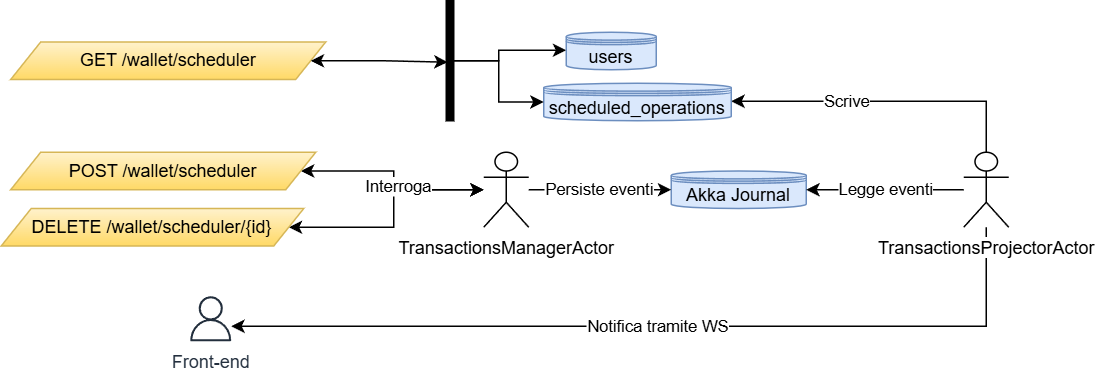
marcopaggioro/easy-pay keeps this draw.io diagram as resources/flows/scheduler-flow.png. Above is the earlier version. Source tidied: cells renumbered, new cells last; positions are measured from the earlier drawing's top-left corner, leaving out a move shared by most shapes. The source it was exported from:
```xml
<mxGraphModel>
  <root>
    <mxCell id="0" />
    <mxCell id="1" parent="0" />
    <mxCell id="2" style="edgeStyle=orthogonalEdgeStyle;rounded=0;jettySize=auto;html=1;startArrow=classic;startFill=1;" parent="1" edge="1" source="17" target="16">
      <mxGeometry relative="1" as="geometry">
        <Array as="points">
          <mxPoint x="262" y="114" />
          <mxPoint x="262" y="126" />
        </Array>
      </mxGeometry>
    </mxCell>
    <mxCell id="3" style="edgeStyle=orthogonalEdgeStyle;rounded=0;jettySize=auto;html=1;startArrow=classic;startFill=1;" parent="1" edge="1" source="5" target="16">
      <mxGeometry relative="1" as="geometry">
        <Array as="points">
          <mxPoint x="262" y="151" />
          <mxPoint x="262" y="126" />
        </Array>
      </mxGeometry>
    </mxCell>
    <mxCell id="4" value="Interroga" style="edgeLabel;html=1;align=center;verticalAlign=middle;" parent="3" vertex="1">
      <mxGeometry x="-0.09" y="-2" relative="1" as="geometry">
        <mxPoint x="1" y="-27" as="offset" />
      </mxGeometry>
    </mxCell>
    <mxCell id="5" value="DELETE /wallet/scheduler/{id}" style="shape=parallelogram;perimeter=parallelogramPerimeter;whiteSpace=wrap;html=1;fixedSize=1;fillColor=#fff2cc;gradientColor=#ffd966;strokeColor=#d6b656;" parent="1" vertex="1">
      <mxGeometry x="0.3" y="138.5" width="201.7" height="25" as="geometry" />
    </mxCell>
    <mxCell id="6" value="Akka Journal" style="shape=datastore;whiteSpace=wrap;html=1;boundedLbl=1;backgroundOutline=1;size=15;fillColor=#dae8fc;strokeColor=#6c8ebf;" parent="1" vertex="1">
      <mxGeometry x="447" y="113.5" width="90" height="25" as="geometry" />
    </mxCell>
    <mxCell id="7" style="edgeStyle=orthogonalEdgeStyle;rounded=0;jettySize=auto;html=1;" parent="1" edge="1" source="16" target="6">
      <mxGeometry relative="1" as="geometry" />
    </mxCell>
    <mxCell id="8" value="Persiste eventi" style="edgeLabel;html=1;align=center;verticalAlign=middle;" parent="7" vertex="1">
      <mxGeometry x="0.07" y="-2" relative="1" as="geometry">
        <mxPoint x="-4" y="-2" as="offset" />
      </mxGeometry>
    </mxCell>
    <mxCell id="9" style="edgeStyle=orthogonalEdgeStyle;rounded=0;jettySize=auto;html=1;" parent="1" edge="1" source="14" target="15">
      <mxGeometry relative="1" as="geometry">
        <Array as="points">
          <mxPoint x="657" y="217" />
        </Array>
      </mxGeometry>
    </mxCell>
    <mxCell id="10" value="Notifica tramite WS" style="edgeLabel;html=1;align=center;verticalAlign=middle;" parent="9" vertex="1">
      <mxGeometry x="-0.11" y="1" relative="1" as="geometry">
        <mxPoint x="-32" y="-1" as="offset" />
      </mxGeometry>
    </mxCell>
    <mxCell id="11" value="Legge eventi" style="edgeStyle=orthogonalEdgeStyle;rounded=0;jettySize=auto;html=1;" parent="1" edge="1" source="14" target="6">
      <mxGeometry relative="1" as="geometry" />
    </mxCell>
    <mxCell id="12" style="edgeStyle=orthogonalEdgeStyle;rounded=0;jettySize=auto;html=1;" parent="1" edge="1" source="14" target="19">
      <mxGeometry relative="1" as="geometry">
        <Array as="points">
          <mxPoint x="657" y="67" />
        </Array>
      </mxGeometry>
    </mxCell>
    <mxCell id="13" value="Scrive" style="edgeLabel;html=1;align=center;verticalAlign=middle;" parent="12" vertex="1">
      <mxGeometry x="0.24" relative="1" as="geometry" />
    </mxCell>
    <mxCell id="14" value="TransactionsProjectorActor" style="shape=umlActor;verticalLabelPosition=bottom;verticalAlign=top;html=1;labelBackgroundColor=default;" parent="1" vertex="1">
      <mxGeometry x="642" y="101" width="30" height="50" as="geometry" />
    </mxCell>
    <mxCell id="15" value="Front-end" style="sketch=0;outlineConnect=0;fontColor=#232F3E;gradientColor=none;fillColor=#232F3D;strokeColor=none;dashed=0;verticalLabelPosition=bottom;verticalAlign=top;align=center;html=1;fontSize=12;fontStyle=0;shape=mxgraph.aws4.user;labelBackgroundColor=default;" parent="1" vertex="1">
      <mxGeometry x="125" y="197" width="30" height="30" as="geometry" />
    </mxCell>
    <mxCell id="16" value="&lt;span style=&quot;background-color: light-dark(#ffffff, var(--ge-dark-color, #121212));&quot;&gt;TransactionsManagerActor&lt;/span&gt;" style="shape=umlActor;verticalLabelPosition=bottom;verticalAlign=top;html=1;" parent="1" vertex="1">
      <mxGeometry x="322" y="101" width="30" height="50" as="geometry" />
    </mxCell>
    <mxCell id="17" value="POST /wallet/scheduler" style="shape=parallelogram;perimeter=parallelogramPerimeter;whiteSpace=wrap;html=1;fixedSize=1;fillColor=#fff2cc;gradientColor=#ffd966;strokeColor=#d6b656;" parent="1" vertex="1">
      <mxGeometry x="6.6" y="101" width="203.4" height="25" as="geometry" />
    </mxCell>
    <mxCell id="18" value="GET /wallet/scheduler" style="shape=parallelogram;perimeter=parallelogramPerimeter;whiteSpace=wrap;html=1;fixedSize=1;fillColor=#fff2cc;gradientColor=#ffd966;strokeColor=#d6b656;" parent="1" vertex="1">
      <mxGeometry x="6.6" y="27.5" width="210" height="25" as="geometry" />
    </mxCell>
    <mxCell id="19" value="scheduled_operations" style="shape=datastore;whiteSpace=wrap;html=1;boundedLbl=1;backgroundOutline=1;size=15;fillColor=#dae8fc;strokeColor=#6c8ebf;" parent="1" vertex="1">
      <mxGeometry x="362" y="55" width="125" height="25" as="geometry" />
    </mxCell>
    <mxCell id="20" value="users" style="shape=datastore;whiteSpace=wrap;html=1;boundedLbl=1;backgroundOutline=1;size=15;fillColor=#dae8fc;strokeColor=#6c8ebf;" parent="1" vertex="1">
      <mxGeometry x="377" y="21" width="60" height="25" as="geometry" />
    </mxCell>
    <mxCell id="21" style="edgeStyle=orthogonalEdgeStyle;rounded=0;jettySize=auto;html=1;" parent="1" edge="1" source="23" target="20">
      <mxGeometry relative="1" as="geometry">
        <Array as="points">
          <mxPoint x="332" y="40" />
          <mxPoint x="332" y="33" />
        </Array>
      </mxGeometry>
    </mxCell>
    <mxCell id="22" style="edgeStyle=orthogonalEdgeStyle;rounded=0;jettySize=auto;html=1;" parent="1" edge="1" source="23" target="19">
      <mxGeometry relative="1" as="geometry" />
    </mxCell>
    <mxCell id="23" style="html=1;points=[];perimeter=orthogonalPerimeter;fillColor=strokeColor;" parent="1" vertex="1">
      <mxGeometry x="297" width="5" height="80" as="geometry" />
    </mxCell>
    <mxCell id="24" style="edgeStyle=orthogonalEdgeStyle;rounded=0;jettySize=auto;html=1;entryX=0.193;entryY=0.512;entryDx=0;entryDy=0;entryPerimeter=0;startArrow=classic;startFill=1;" parent="1" edge="1" source="18" target="23">
      <mxGeometry relative="1" as="geometry" />
    </mxCell>
  </root>
</mxGraphModel>
```
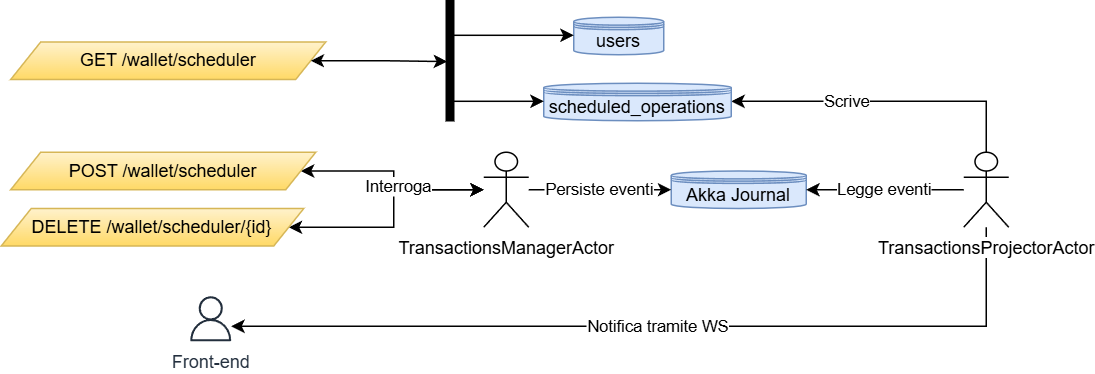
The same diagram one commit later.

The edit, as a diff of the source:
```diff
@@ -81,23 +81,28 @@
       <mxGeometry x="362" y="55" width="125" height="25" as="geometry" />
     </mxCell>
     <mxCell id="20" value="users" style="shape=datastore;whiteSpace=wrap;html=1;boundedLbl=1;backgroundOutline=1;size=15;fillColor=#dae8fc;strokeColor=#6c8ebf;" parent="1" vertex="1">
-      <mxGeometry x="377" y="21" width="60" height="25" as="geometry" />
+      <mxGeometry x="382" y="11" width="60" height="25" as="geometry" />
     </mxCell>
     <mxCell id="21" style="edgeStyle=orthogonalEdgeStyle;rounded=0;jettySize=auto;html=1;" parent="1" edge="1" source="23" target="20">
       <mxGeometry relative="1" as="geometry">
         <Array as="points">
-          <mxPoint x="332" y="40" />
-          <mxPoint x="332" y="33" />
+          <mxPoint x="322" y="23" />
+          <mxPoint x="322" y="23" />
         </Array>
       </mxGeometry>
     </mxCell>
     <mxCell id="22" style="edgeStyle=orthogonalEdgeStyle;rounded=0;jettySize=auto;html=1;" parent="1" edge="1" source="23" target="19">
-      <mxGeometry relative="1" as="geometry" />
+      <mxGeometry relative="1" as="geometry">
+        <Array as="points">
+          <mxPoint x="322" y="67" />
+          <mxPoint x="322" y="67" />
+        </Array>
+      </mxGeometry>
     </mxCell>
     <mxCell id="23" style="html=1;points=[];perimeter=orthogonalPerimeter;fillColor=strokeColor;" parent="1" vertex="1">
       <mxGeometry x="297" width="5" height="80" as="geometry" />
     </mxCell>
-    <mxCell id="24" style="edgeStyle=orthogonalEdgeStyle;rounded=0;jettySize=auto;html=1;entryX=0.193;entryY=0.512;entryDx=0;entryDy=0;entryPerimeter=0;startArrow=classic;startFill=1;" parent="1" edge="1" source="18" target="23">
+    <mxCell id="24" style="edgeStyle=orthogonalEdgeStyle;rounded=0;jettySize=auto;html=1;entryX=0.114;entryY=0.507;entryDx=0;entryDy=0;entryPerimeter=0;startArrow=classic;startFill=1;" parent="1" edge="1" source="18" target="23">
       <mxGeometry relative="1" as="geometry" />
     </mxCell>
   </root>
```
